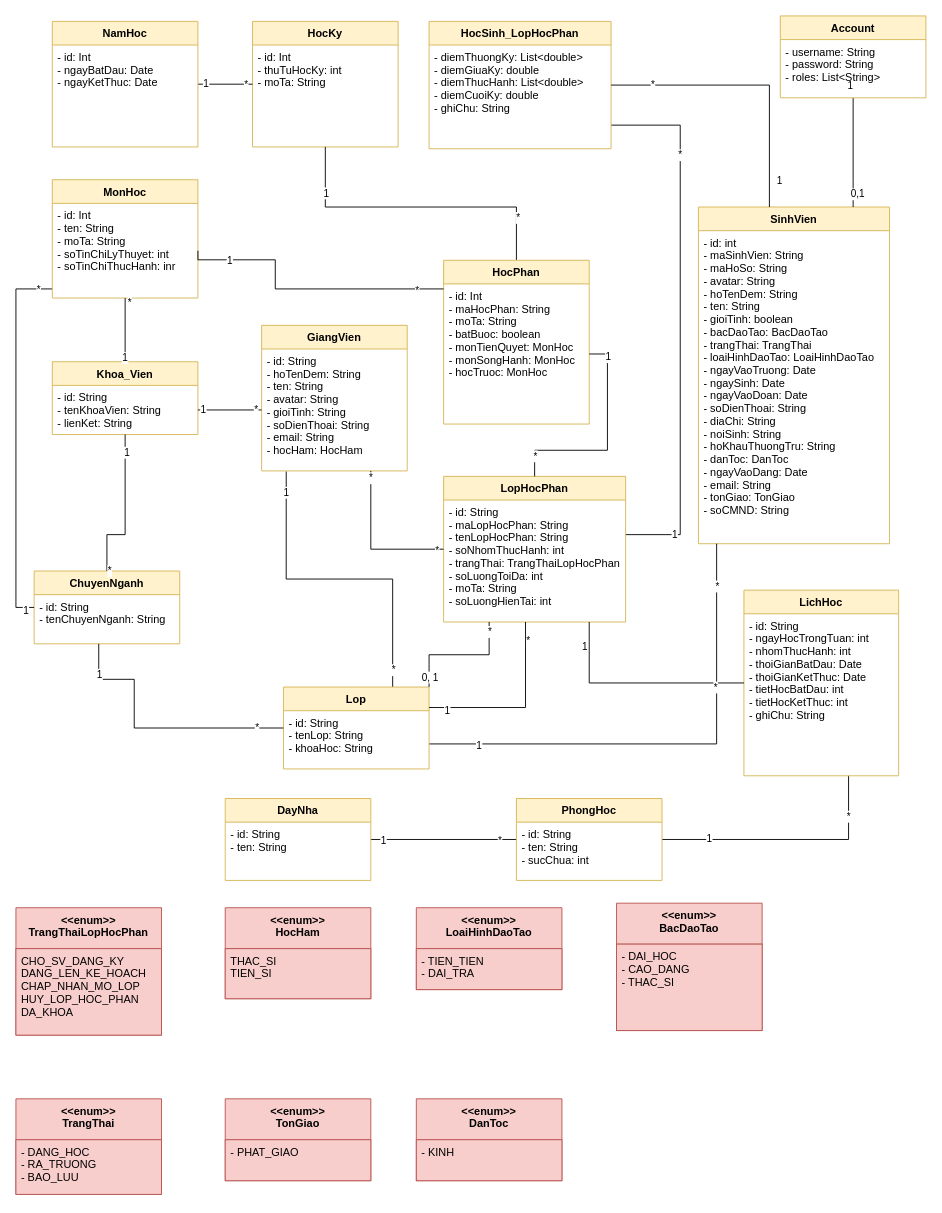
Above: CMN_Class.drawio in duchoan6814/Truong-Duc-Hoan (draw.io), before the change. Source tidied: cells renumbered, new cells numbered last; positions are measured from the earlier drawing's top-left corner, leaving out a move shared by most shapes. Both pictures are drawn from the tidied source at 91%, with x=0, y=0 at pixel (15, 15).
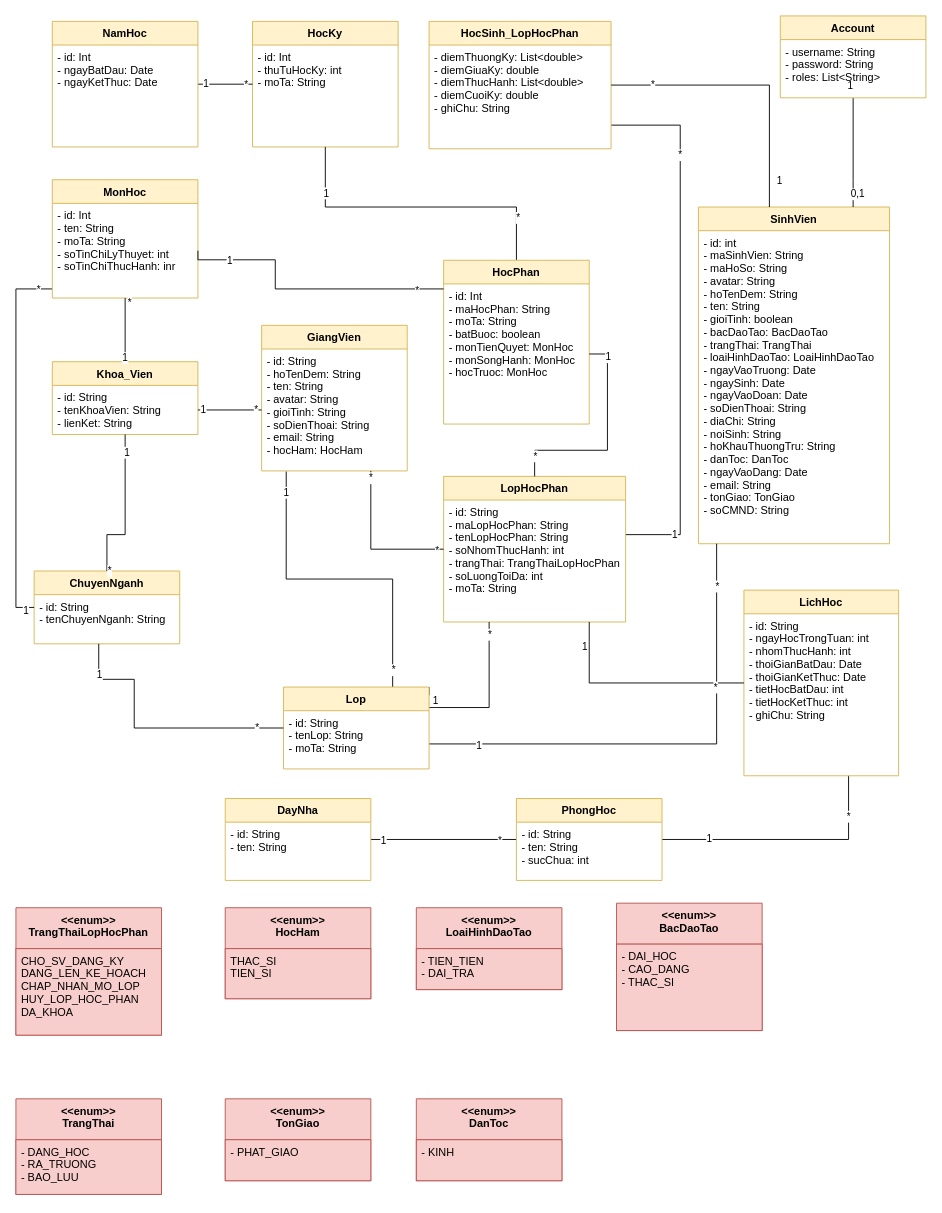
Above is the later version.

Unchanged cells that the change refers to:
```xml
<mxCell id="17" value="LopHocPhan" style="swimlane;fontStyle=1;align=center;verticalAlign=top;horizontal=1;startSize=26;fillColor=#fff2cc;strokeColor=#d6b656;" parent="1" vertex="1">
  <mxGeometry x="470" y="506" width="200" height="160" as="geometry" />
</mxCell>
<mxCell id="25" value="Lop" style="swimlane;fontStyle=1;align=center;verticalAlign=top;horizontal=1;startSize=26;fillColor=#fff2cc;strokeColor=#d6b656;" parent="1" vertex="1">
  <mxGeometry x="294" y="737.5" width="160" height="90" as="geometry" />
</mxCell>
```

Diff of the diagram source:
```diff
@@
-    <mxCell id="18" value="- id: String&#10;- maLopHocPhan: String&#10;- tenLopHocPhan: String&#10;- soNhomThucHanh: int&#10;- trangThai: TrangThaiLopHocPhan&#10;- soLuongToiDa: int&#10;- moTa: String&#10;- soLuongHienTai: int" style="text;strokeColor=none;fillColor=none;align=left;verticalAlign=top;spacingLeft=4;spacingRight=4;overflow=hidden;" parent="17" vertex="1">
+    <mxCell id="18" value="- id: String&#10;- maLopHocPhan: String&#10;- tenLopHocPhan: String&#10;- soNhomThucHanh: int&#10;- trangThai: TrangThaiLopHocPhan&#10;- soLuongToiDa: int&#10;- moTa: String" style="text;strokeColor=none;fillColor=none;align=left;verticalAlign=top;spacingLeft=4;spacingRight=4;overflow=hidden;" parent="17" vertex="1">
       <mxGeometry y="26" width="200" height="134" as="geometry" />
     </mxCell>
@@
     <mxCell id="22" style="edgeStyle=orthogonalEdgeStyle;rounded=0;jettySize=auto;html=1;exitX=1;exitY=0;exitDx=0;exitDy=0;endArrow=none;endFill=0;" parent="1" edge="1" source="25" target="17">
       <mxGeometry relative="1" as="geometry">
         <Array as="points">
-          <mxPoint x="454" y="702" />
-          <mxPoint x="520" y="702" />
+          <mxPoint x="454" y="760" />
+          <mxPoint x="520" y="760" />
         </Array>
       </mxGeometry>
     </mxCell>
@@
-    <mxCell id="26" value="- id: String&#10;- tenLop: String&#10;- khoaHoc: String" style="text;strokeColor=none;fillColor=none;align=left;verticalAlign=top;spacingLeft=4;spacingRight=4;overflow=hidden;" parent="25" vertex="1">
+    <mxCell id="26" value="- id: String&#10;- tenLop: String&#10;- moTa: String&#10;" style="text;strokeColor=none;fillColor=none;align=left;verticalAlign=top;spacingLeft=4;spacingRight=4;overflow=hidden;" parent="25" vertex="1">
       <mxGeometry y="26" width="160" height="64" as="geometry" />
     </mxCell>
@@
-    <mxCell id="103" style="edgeStyle=orthogonalEdgeStyle;rounded=0;jettySize=auto;html=1;endArrow=none;endFill=0;" parent="1" edge="1" source="17" target="25">
-      <mxGeometry relative="1" as="geometry">
-        <Array as="points">
-          <mxPoint x="560" y="760" />
-        </Array>
-      </mxGeometry>
-    </mxCell>
-    <mxCell id="104" value="1" style="edgeLabel;html=1;align=center;verticalAlign=middle;" parent="103" vertex="1">
-      <mxGeometry x="0.81" y="3" relative="1" as="geometry" />
-    </mxCell>
-    <mxCell id="105" value="*" style="edgeLabel;html=1;align=center;verticalAlign=middle;" parent="103" vertex="1">
-      <mxGeometry x="-0.8" y="2" relative="1" as="geometry" />
-    </mxCell>
```
